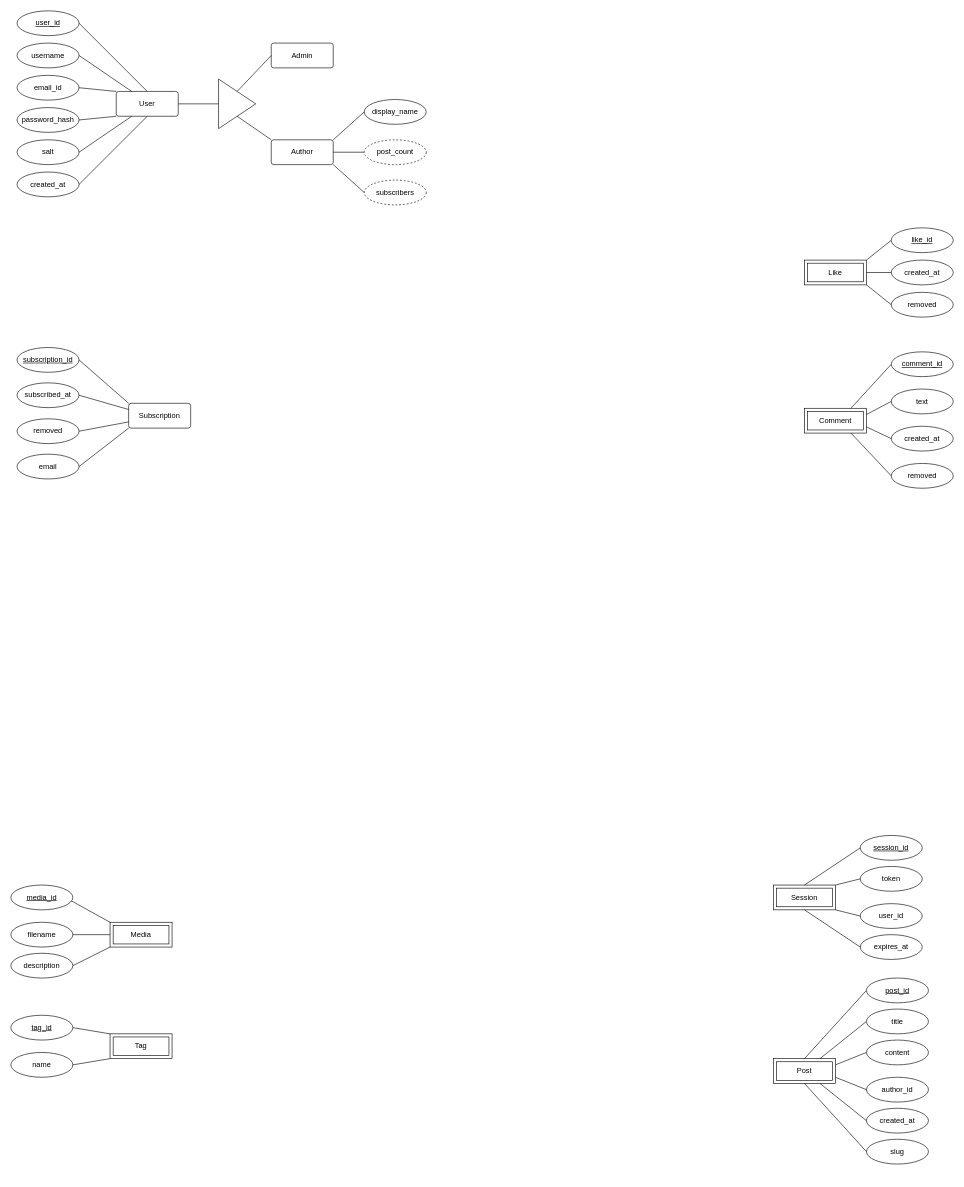
Above: diagrams/Untitled Diagram.drawio in blood-rogue/er-diagram (draw.io), before the change. Source tidied: cells renumbered, new cells numbered last; positions are measured from the earlier drawing's top-left corner, leaving out a move shared by most shapes. Both pictures are drawn from the tidied source at 62%, with x=0, y=0 at pixel (11, 11).
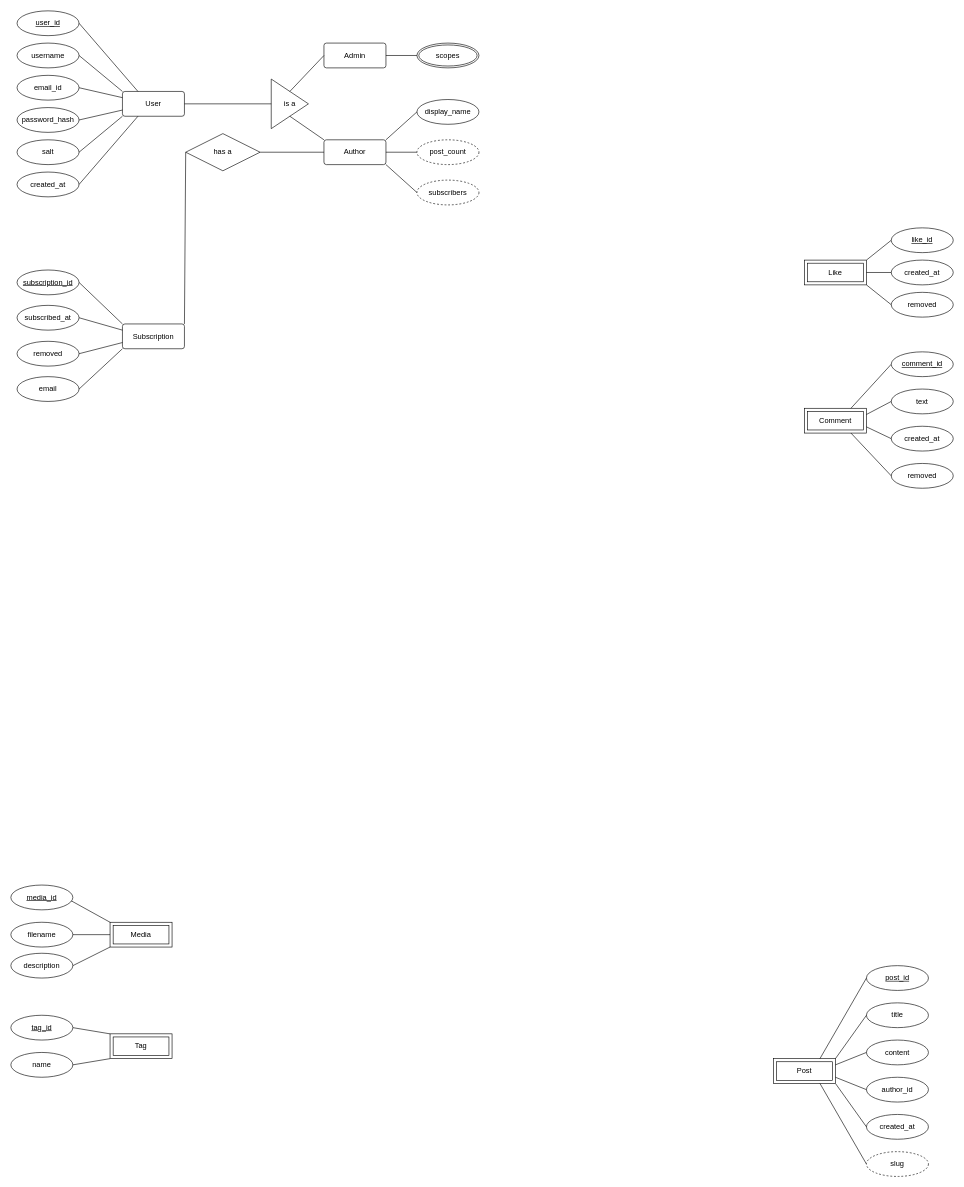
After the change.

Unchanged cells that the change refers to:
```xml
<mxCell id="2" value="username" style="ellipse;whiteSpace=wrap;html=1;align=center;" parent="1" vertex="1">
  <mxGeometry x="10" y="52" width="100" height="40" as="geometry" />
</mxCell>
<mxCell id="3" value="email_id" style="ellipse;whiteSpace=wrap;html=1;align=center;" parent="1" vertex="1">
  <mxGeometry x="10" y="104" width="100" height="40" as="geometry" />
</mxCell>
<mxCell id="4" value="password_hash" style="ellipse;whiteSpace=wrap;html=1;align=center;" parent="1" vertex="1">
  <mxGeometry x="10" y="156" width="100" height="40" as="geometry" />
</mxCell>
<mxCell id="5" value="salt" style="ellipse;whiteSpace=wrap;html=1;align=center;" parent="1" vertex="1">
  <mxGeometry x="10" y="208" width="100" height="40" as="geometry" />
</mxCell>
<mxCell id="6" value="created_at" style="ellipse;whiteSpace=wrap;html=1;align=center;" parent="1" vertex="1">
  <mxGeometry x="10" y="260" width="100" height="40" as="geometry" />
</mxCell>
<mxCell id="11" value="user_id" style="ellipse;whiteSpace=wrap;html=1;align=center;fontStyle=4;" parent="1" vertex="1">
  <mxGeometry x="10" width="100" height="40" as="geometry" />
</mxCell>
<mxCell id="39" value="Post" style="shape=ext;margin=3;double=1;whiteSpace=wrap;html=1;align=center;" parent="1" vertex="1">
  <mxGeometry x="1230" y="1690" width="100" height="40" as="geometry" />
</mxCell>
```

Change to the diagram source:
```diff
@@
     <mxCell id="8" value="User" style="rounded=1;arcSize=10;whiteSpace=wrap;html=1;align=center;" parent="1" vertex="1">
-      <mxGeometry x="170" y="130" width="100" height="40" as="geometry" />
+      <mxGeometry x="180" y="130" width="100" height="40" as="geometry" />
     </mxCell>
@@
-    <mxCell id="21" style="endArrow=none;html=1;rounded=0;exitX=1;exitY=0.5;exitDx=0;exitDy=0;entryX=0.5;entryY=0;entryDx=0;entryDy=0;" parent="1" edge="1" source="11" target="8">
+    <mxCell id="21" style="endArrow=none;html=1;rounded=0;exitX=1;exitY=0.5;exitDx=0;exitDy=0;entryX=0.25;entryY=0;entryDx=0;entryDy=0;" parent="1" edge="1" source="11" target="8">
       <mxGeometry relative="1" as="geometry" />
     </mxCell>
@@
-    <mxCell id="23" style="endArrow=none;html=1;rounded=0;exitX=1;exitY=0.5;exitDx=0;exitDy=0;entryX=0.25;entryY=1;entryDx=0;entryDy=0;" parent="1" edge="1" source="5" target="8">
+    <mxCell id="23" style="endArrow=none;html=1;rounded=0;exitX=1;exitY=0.5;exitDx=0;exitDy=0;entryX=0;entryY=1;entryDx=0;entryDy=0;" parent="1" edge="1" source="5" target="8">
       <mxGeometry relative="1" as="geometry" />
     </mxCell>
-    <mxCell id="24" style="endArrow=none;html=1;rounded=0;exitX=1;exitY=0.5;exitDx=0;exitDy=0;entryX=0;entryY=1;entryDx=0;entryDy=0;" parent="1" edge="1" source="4" target="8">
+    <mxCell id="24" style="endArrow=none;html=1;rounded=0;exitX=1;exitY=0.5;exitDx=0;exitDy=0;entryX=0;entryY=0.75;entryDx=0;entryDy=0;" parent="1" edge="1" source="4" target="8">
       <mxGeometry relative="1" as="geometry" />
     </mxCell>
-    <mxCell id="25" style="endArrow=none;html=1;rounded=0;exitX=1;exitY=0.5;exitDx=0;exitDy=0;entryX=0;entryY=0;entryDx=0;entryDy=0;" parent="1" edge="1" source="3" target="8">
+    <mxCell id="25" style="endArrow=none;html=1;rounded=0;exitX=1;exitY=0.5;exitDx=0;exitDy=0;entryX=0;entryY=0.25;entryDx=0;entryDy=0;" parent="1" edge="1" source="3" target="8">
       <mxGeometry relative="1" as="geometry" />
     </mxCell>
-    <mxCell id="26" style="endArrow=none;html=1;rounded=0;exitX=1;exitY=0.5;exitDx=0;exitDy=0;entryX=0.25;entryY=0;entryDx=0;entryDy=0;" parent="1" edge="1" source="2" target="8">
+    <mxCell id="26" style="endArrow=none;html=1;rounded=0;exitX=1;exitY=0.5;exitDx=0;exitDy=0;entryX=0;entryY=0;entryDx=0;entryDy=0;" parent="1" edge="1" source="2" target="8">
       <mxGeometry relative="1" as="geometry" />
     </mxCell>
-    <mxCell id="27" style="endArrow=none;html=1;rounded=0;exitX=1;exitY=0.5;exitDx=0;exitDy=0;entryX=0.5;entryY=1;entryDx=0;entryDy=0;" parent="1" edge="1" source="6" target="8">
+    <mxCell id="27" style="endArrow=none;html=1;rounded=0;exitX=1;exitY=0.5;exitDx=0;exitDy=0;entryX=0.25;entryY=1;entryDx=0;entryDy=0;" parent="1" edge="1" source="6" target="8">
       <mxGeometry relative="1" as="geometry" />
     </mxCell>
-    <mxCell id="28" value="Session" style="shape=ext;margin=3;double=1;whiteSpace=wrap;html=1;align=center;" parent="1" vertex="1">
-      <mxGeometry x="1230" y="1410" width="100" height="40" as="geometry" />
-    </mxCell>
-    <mxCell id="29" value="expires_at" style="ellipse;whiteSpace=wrap;html=1;align=center;" parent="1" vertex="1">
-      <mxGeometry x="1370" y="1490" width="100" height="40" as="geometry" />
-    </mxCell>
-    <mxCell id="30" value="user_id" style="ellipse;whiteSpace=wrap;html=1;align=center;" parent="1" vertex="1">
-      <mxGeometry x="1370" y="1440" width="100" height="40" as="geometry" />
-    </mxCell>
-    <mxCell id="31" value="token" style="ellipse;whiteSpace=wrap;html=1;align=center;" parent="1" vertex="1">
-      <mxGeometry x="1370" y="1380" width="100" height="40" as="geometry" />
-    </mxCell>
-    <mxCell id="32" style="endArrow=none;html=1;rounded=0;entryX=0;entryY=0.5;entryDx=0;entryDy=0;exitX=0.5;exitY=0;exitDx=0;exitDy=0;" parent="1" edge="1" source="28" target="74">
-      <mxGeometry relative="1" as="geometry" />
-    </mxCell>
-    <mxCell id="33" style="endArrow=none;html=1;rounded=0;entryX=0;entryY=0.5;entryDx=0;entryDy=0;exitX=0.5;exitY=1;exitDx=0;exitDy=0;" parent="1" edge="1" source="28" target="29">
-      <mxGeometry relative="1" as="geometry" />
-    </mxCell>
-    <mxCell id="34" style="endArrow=none;html=1;rounded=0;entryX=0;entryY=0.5;entryDx=0;entryDy=0;exitX=1;exitY=1;exitDx=0;exitDy=0;" parent="1" edge="1" source="28" target="30">
-      <mxGeometry relative="1" as="geometry" />
-    </mxCell>
-    <mxCell id="35" style="endArrow=none;html=1;rounded=0;entryX=0;entryY=0.5;entryDx=0;entryDy=0;exitX=1;exitY=0;exitDx=0;exitDy=0;" parent="1" edge="1" source="28" target="31">
-      <mxGeometry relative="1" as="geometry" />
-    </mxCell>
@@
     <mxCell id="40" value="created_at" style="ellipse;whiteSpace=wrap;html=1;align=center;" parent="1" vertex="1">
-      <mxGeometry x="1380" y="1770" width="100" height="40" as="geometry" />
+      <mxGeometry x="1380" y="1780" width="100" height="40" as="geometry" />
     </mxCell>
@@
     <mxCell id="43" value="title" style="ellipse;whiteSpace=wrap;html=1;align=center;" parent="1" vertex="1">
-      <mxGeometry x="1380" y="1610" width="100" height="40" as="geometry" />
+      <mxGeometry x="1380" y="1600" width="100" height="40" as="geometry" />
     </mxCell>
-    <mxCell id="44" style="endArrow=none;html=1;rounded=0;entryX=0;entryY=0.5;entryDx=0;entryDy=0;exitX=0.75;exitY=1;exitDx=0;exitDy=0;" parent="1" edge="1" source="39" target="40">
+    <mxCell id="44" style="endArrow=none;html=1;rounded=0;entryX=0;entryY=0.5;entryDx=0;entryDy=0;exitX=1;exitY=1;exitDx=0;exitDy=0;" parent="1" edge="1" source="39" target="40">
       <mxGeometry relative="1" as="geometry" />
     </mxCell>
@@
-    <mxCell id="47" style="endArrow=none;html=1;rounded=0;entryX=0;entryY=0.5;entryDx=0;entryDy=0;exitX=0.75;exitY=0;exitDx=0;exitDy=0;" parent="1" edge="1" source="39" target="43">
+    <mxCell id="47" style="endArrow=none;html=1;rounded=0;entryX=0;entryY=0.5;entryDx=0;entryDy=0;exitX=1;exitY=0;exitDx=0;exitDy=0;" parent="1" edge="1" source="39" target="43">
       <mxGeometry relative="1" as="geometry" />
     </mxCell>
-    <mxCell id="48" style="endArrow=none;html=1;rounded=0;entryX=0;entryY=0.5;entryDx=0;entryDy=0;exitX=0.5;exitY=0;exitDx=0;exitDy=0;" parent="1" edge="1" source="39" target="72">
+    <mxCell id="48" style="endArrow=none;html=1;rounded=0;entryX=0;entryY=0.5;entryDx=0;entryDy=0;exitX=0.75;exitY=0;exitDx=0;exitDy=0;" parent="1" edge="1" source="39" target="72">
       <mxGeometry relative="1" as="geometry" />
     </mxCell>
     <mxCell id="49" value="subscribed_at" style="ellipse;whiteSpace=wrap;html=1;align=center;" parent="1" vertex="1">
-      <mxGeometry x="10" y="600" width="100" height="40" as="geometry" />
+      <mxGeometry x="10" y="475" width="100" height="40" as="geometry" />
     </mxCell>
     <mxCell id="50" value="removed" style="ellipse;whiteSpace=wrap;html=1;align=center;" parent="1" vertex="1">
-      <mxGeometry x="10" y="658" width="100" height="40" as="geometry" />
+      <mxGeometry x="10" y="533" width="100" height="40" as="geometry" />
     </mxCell>
     <mxCell id="51" value="Subscription" style="rounded=1;arcSize=10;whiteSpace=wrap;html=1;align=center;" parent="1" vertex="1">
-      <mxGeometry x="190" y="633" width="100" height="40" as="geometry" />
+      <mxGeometry x="180" y="505" width="100" height="40" as="geometry" />
     </mxCell>
     <mxCell id="52" value="subscription_id" style="ellipse;whiteSpace=wrap;html=1;align=center;fontStyle=4;" parent="1" vertex="1">
-      <mxGeometry x="10" y="543" width="100" height="40" as="geometry" />
+      <mxGeometry x="10" y="418" width="100" height="40" as="geometry" />
     </mxCell>
@@
     <mxCell id="64" value="email" style="ellipse;whiteSpace=wrap;html=1;align=center;" parent="1" vertex="1">
-      <mxGeometry x="10" y="715" width="100" height="40" as="geometry" />
+      <mxGeometry x="10" y="590" width="100" height="40" as="geometry" />
     </mxCell>
@@
-    <mxCell id="66" style="triangle;whiteSpace=wrap;html=1;" parent="1" vertex="1">
-      <mxGeometry x="335" y="110" width="60" height="80" as="geometry" />
+    <mxCell id="66" value="is a" style="triangle;whiteSpace=wrap;html=1;" parent="1" vertex="1">
+      <mxGeometry x="420" y="110" width="60" height="80" as="geometry" />
     </mxCell>
@@
-    <mxCell id="68" value="slug" style="ellipse;whiteSpace=wrap;html=1;align=center;" parent="1" vertex="1">
-      <mxGeometry x="1380" y="1820" width="100" height="40" as="geometry" />
-    </mxCell>
     <mxCell id="69" value="Admin" style="rounded=1;arcSize=10;whiteSpace=wrap;html=1;align=center;" parent="1" vertex="1">
-      <mxGeometry x="420" y="52" width="100" height="40" as="geometry" />
+      <mxGeometry x="505" y="52" width="100" height="40" as="geometry" />
     </mxCell>
-    <mxCell id="70" style="endArrow=none;html=1;rounded=0;entryX=0;entryY=0.5;entryDx=0;entryDy=0;exitX=0.5;exitY=1;exitDx=0;exitDy=0;" parent="1" edge="1" source="39" target="68">
+    <mxCell id="70" style="endArrow=none;html=1;rounded=0;entryX=0;entryY=0.5;entryDx=0;entryDy=0;exitX=0.75;exitY=1;exitDx=0;exitDy=0;" parent="1" edge="1" source="39" target="68">
       <mxGeometry relative="1" as="geometry" />
     </mxCell>
     <mxCell id="71" value="Author" style="rounded=1;arcSize=10;whiteSpace=wrap;html=1;align=center;" parent="1" vertex="1">
-      <mxGeometry x="420" y="208" width="100" height="40" as="geometry" />
+      <mxGeometry x="505" y="208" width="100" height="40" as="geometry" />
     </mxCell>
     <mxCell id="72" value="post_id" style="ellipse;whiteSpace=wrap;html=1;align=center;fontStyle=4;" parent="1" vertex="1">
-      <mxGeometry x="1380" y="1560" width="100" height="40" as="geometry" />
+      <mxGeometry x="1380" y="1540" width="100" height="40" as="geometry" />
     </mxCell>
@@
-    <mxCell id="74" value="session_id" style="ellipse;whiteSpace=wrap;html=1;align=center;fontStyle=4;" parent="1" vertex="1">
-      <mxGeometry x="1370" y="1330" width="100" height="40" as="geometry" />
-    </mxCell>
@@
     <mxCell id="80" value="display_name" style="ellipse;whiteSpace=wrap;html=1;align=center;" parent="1" vertex="1">
-      <mxGeometry x="570" y="143" width="100" height="40" as="geometry" />
+      <mxGeometry x="655" y="143" width="100" height="40" as="geometry" />
     </mxCell>
     <mxCell id="81" value="post_count" style="ellipse;whiteSpace=wrap;html=1;align=center;dashed=1;" parent="1" vertex="1">
-      <mxGeometry x="570" y="208" width="100" height="40" as="geometry" />
+      <mxGeometry x="655" y="208" width="100" height="40" as="geometry" />
     </mxCell>
     <mxCell id="82" value="subscribers" style="ellipse;whiteSpace=wrap;html=1;align=center;dashed=1;" parent="1" vertex="1">
-      <mxGeometry x="570" y="273" width="100" height="40" as="geometry" />
+      <mxGeometry x="655" y="273" width="100" height="40" as="geometry" />
     </mxCell>
@@
+    <mxCell id="68" value="slug" style="ellipse;whiteSpace=wrap;html=1;align=center;dashed=1;" parent="1" vertex="1">
+      <mxGeometry x="1380" y="1840" width="100" height="40" as="geometry" />
+    </mxCell>
+    <mxCell id="86" value="scopes" style="ellipse;shape=doubleEllipse;margin=3;whiteSpace=wrap;html=1;align=center;" parent="1" vertex="1">
+      <mxGeometry x="655" y="52" width="100" height="40" as="geometry" />
+    </mxCell>
+    <mxCell id="87" style="endArrow=none;html=1;rounded=0;exitX=1;exitY=0.5;exitDx=0;exitDy=0;entryX=0;entryY=0.5;entryDx=0;entryDy=0;" parent="1" edge="1" source="69" target="86">
+      <mxGeometry relative="1" as="geometry" />
+    </mxCell>
+    <mxCell id="88" value="has a" style="shape=rhombus;perimeter=rhombusPerimeter;whiteSpace=wrap;html=1;align=center;" parent="1" vertex="1">
+      <mxGeometry x="282" y="198" width="120" height="60" as="geometry" />
+    </mxCell>
+    <mxCell id="89" style="endArrow=none;html=1;rounded=0;exitX=0;exitY=0.5;exitDx=0;exitDy=0;entryX=1;entryY=0.5;entryDx=0;entryDy=0;" parent="1" edge="1" source="71" target="88">
+      <mxGeometry relative="1" as="geometry" />
+    </mxCell>
+    <mxCell id="90" style="endArrow=none;html=1;rounded=0;exitX=0;exitY=0.5;exitDx=0;exitDy=0;entryX=1;entryY=0;entryDx=0;entryDy=0;" parent="1" edge="1" source="88" target="51">
+      <mxGeometry relative="1" as="geometry" />
+    </mxCell>
```
